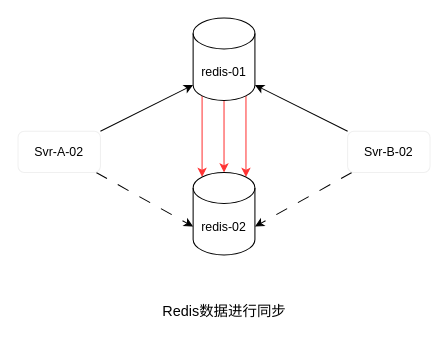
Earlier version of the draw.io diagram redis/step-03.drawio (luotian-ola/data-migrate). Source tidied: cells renumbered, new cells numbered last; positions are measured from the earlier drawing's top-left corner, leaving out a move shared by most shapes. Both pictures are drawn from the tidied source at 103%, with x=0, y=0 at pixel (18, 18).
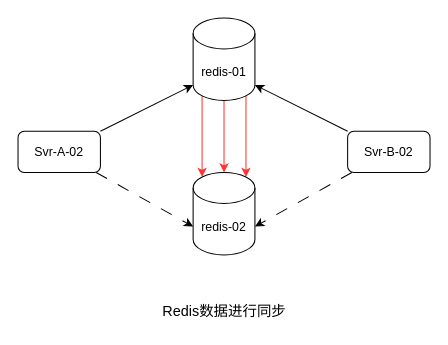
Above is the later version.

What changed in the source:
```diff
@@
 <mxGraphModel>
   <root>
     <mxCell id="0" />
     <mxCell id="1" parent="0" />
     <mxCell id="2" style="edgeStyle=none;html=1;strokeColor=#FF3333;" parent="1" edge="1" source="5" target="7">
       <mxGeometry relative="1" as="geometry" />
     </mxCell>
     <mxCell id="3" style="edgeStyle=none;html=1;exitX=0.145;exitY=1;exitDx=0;exitDy=-4.35;exitPerimeter=0;entryX=0.145;entryY=0;entryDx=0;entryDy=4.35;entryPerimeter=0;strokeColor=#FF3333;" parent="1" edge="1" source="5" target="7">
       <mxGeometry relative="1" as="geometry" />
     </mxCell>
     <mxCell id="4" style="edgeStyle=none;html=1;exitX=0.855;exitY=1;exitDx=0;exitDy=-4.35;exitPerimeter=0;entryX=0.855;entryY=0;entryDx=0;entryDy=4.35;entryPerimeter=0;strokeColor=#FF3333;" parent="1" edge="1" source="5" target="7">
       <mxGeometry relative="1" as="geometry" />
     </mxCell>
     <mxCell id="5" value="redis-01" style="shape=cylinder3;whiteSpace=wrap;html=1;boundedLbl=1;backgroundOutline=1;size=15;" parent="1" vertex="1">
       <mxGeometry x="170" width="60" height="80" as="geometry" />
     </mxCell>
     <mxCell id="6" value="Redis数据进行同步" style="text;html=1;align=center;verticalAlign=middle;strokeColor=none;fillColor=none;fontSize=14;" parent="1" vertex="1">
       <mxGeometry x="130" y="270" width="140" height="30" as="geometry" />
     </mxCell>
     <mxCell id="7" value="redis-02" style="shape=cylinder3;whiteSpace=wrap;html=1;boundedLbl=1;backgroundOutline=1;size=15;" parent="1" vertex="1">
       <mxGeometry x="170" y="150" width="60" height="80" as="geometry" />
     </mxCell>
     <mxCell id="8" style="edgeStyle=none;html=1;entryX=0;entryY=1;entryDx=0;entryDy=-15;entryPerimeter=0;" parent="1" edge="1" source="10" target="5">
       <mxGeometry relative="1" as="geometry" />
     </mxCell>
     <mxCell id="9" style="edgeStyle=none;html=1;entryX=0;entryY=0;entryDx=0;entryDy=52.5;entryPerimeter=0;dashed=1;dashPattern=12 12;" parent="1" edge="1" source="10" target="7">
       <mxGeometry relative="1" as="geometry" />
     </mxCell>
-    <mxCell id="10" value="Svr-A-02" style="rounded=1;whiteSpace=wrap;html=1;strokeColor=#F0F0F0;" parent="1" vertex="1">
+    <mxCell id="10" value="Svr-A-02" style="rounded=1;whiteSpace=wrap;html=1;" parent="1" vertex="1">
       <mxGeometry y="110" width="80" height="40" as="geometry" />
     </mxCell>
     <mxCell id="11" style="edgeStyle=none;html=1;entryX=1;entryY=1;entryDx=0;entryDy=-15;entryPerimeter=0;" parent="1" edge="1" source="13" target="5">
       <mxGeometry relative="1" as="geometry" />
     </mxCell>
     <mxCell id="12" style="edgeStyle=none;html=1;entryX=1;entryY=0;entryDx=0;entryDy=52.5;entryPerimeter=0;dashed=1;dashPattern=12 12;" parent="1" edge="1" source="13" target="7">
       <mxGeometry relative="1" as="geometry" />
     </mxCell>
-    <mxCell id="13" value="Svr-B-02" style="rounded=1;whiteSpace=wrap;html=1;strokeColor=#F0F0F0;" parent="1" vertex="1">
+    <mxCell id="13" value="Svr-B-02" style="rounded=1;whiteSpace=wrap;html=1;" parent="1" vertex="1">
       <mxGeometry x="320" y="110" width="80" height="40" as="geometry" />
     </mxCell>
   </root>
 </mxGraphModel>
```
